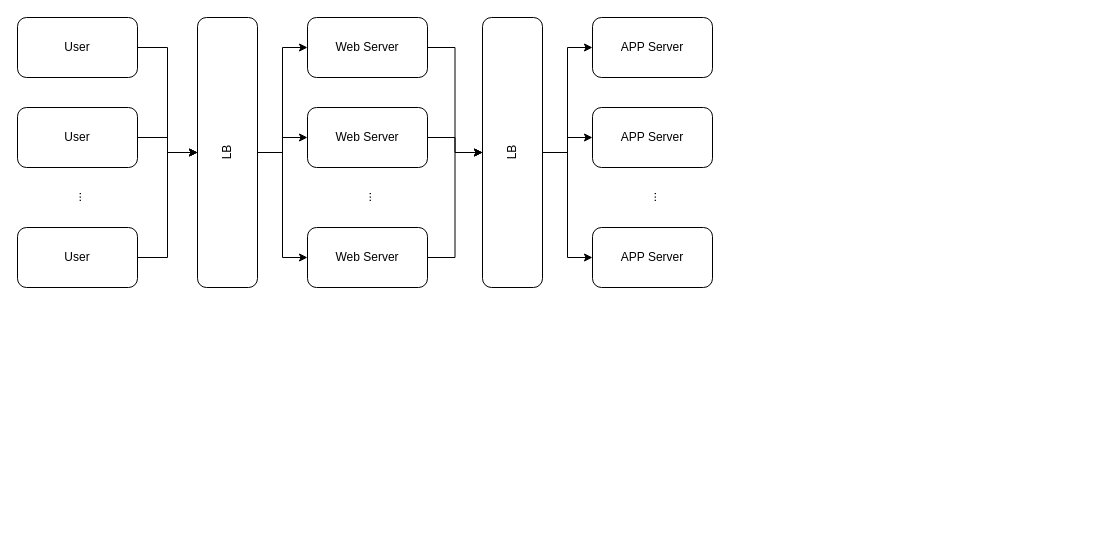
Before: drawios/Typeahead Suggestion.drawio in whmou/component-archs, a draw.io diagram. Source tidied: cells renumbered, new cells numbered last; positions are measured from the earlier drawing's top-left corner, leaving out a move shared by most shapes. Both pictures are drawn from the tidied source at 100%, with x=0, y=0 at pixel (17, 17).
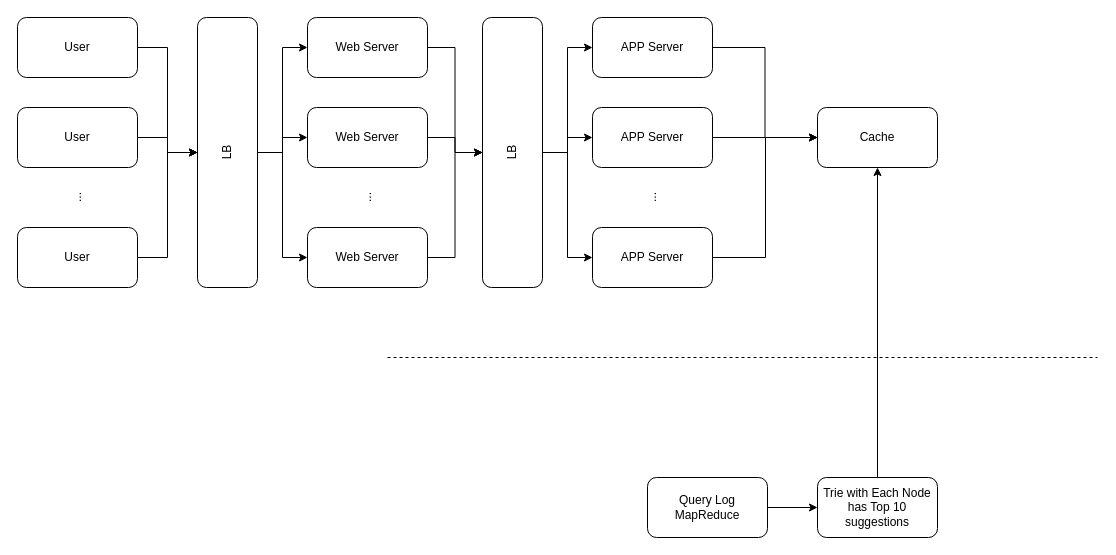
Above is the later version.

The change refers to these unchanged cells:
```xml
<mxCell id="24" value="APP Server" style="rounded=1;whiteSpace=wrap;html=1;" parent="1" vertex="1">
  <mxGeometry x="575" width="120" height="60" as="geometry" />
</mxCell>
<mxCell id="25" value="APP Server" style="rounded=1;whiteSpace=wrap;html=1;" parent="1" vertex="1">
  <mxGeometry x="575" y="90" width="120" height="60" as="geometry" />
</mxCell>
<mxCell id="26" value="APP Server" style="rounded=1;whiteSpace=wrap;html=1;" parent="1" vertex="1">
  <mxGeometry x="575" y="210" width="120" height="60" as="geometry" />
</mxCell>
```

Diff of the diagram source:
```diff
@@
+    <mxCell id="28" style="edgeStyle=orthogonalEdgeStyle;rounded=0;jettySize=auto;html=1;entryX=0;entryY=0.5;entryDx=0;entryDy=0;" parent="1" edge="1" source="24" target="36">
+      <mxGeometry relative="1" as="geometry" />
+    </mxCell>
@@
+    <mxCell id="29" style="edgeStyle=orthogonalEdgeStyle;rounded=0;jettySize=auto;html=1;" parent="1" edge="1" source="25" target="36">
+      <mxGeometry relative="1" as="geometry" />
+    </mxCell>
@@
+    <mxCell id="30" style="edgeStyle=orthogonalEdgeStyle;rounded=0;jettySize=auto;html=1;" parent="1" edge="1" source="26" target="36">
+      <mxGeometry relative="1" as="geometry">
+        <Array as="points">
+          <mxPoint x="748" y="240" />
+          <mxPoint x="748" y="120" />
+        </Array>
+      </mxGeometry>
+    </mxCell>
@@
+    <mxCell id="31" style="edgeStyle=orthogonalEdgeStyle;rounded=0;jettySize=auto;html=1;" parent="1" edge="1" source="32" target="35">
+      <mxGeometry relative="1" as="geometry" />
+    </mxCell>
+    <mxCell id="32" value="Query Log MapReduce" style="rounded=1;whiteSpace=wrap;html=1;" parent="1" vertex="1">
+      <mxGeometry x="630" y="460" width="120" height="60" as="geometry" />
+    </mxCell>
+    <mxCell id="33" style="endArrow=none;dashed=1;html=1;" parent="1" edge="1">
+      <mxGeometry relative="1" as="geometry">
+        <mxPoint x="370" y="340" as="sourcePoint" />
+        <mxPoint x="1080" y="340" as="targetPoint" />
+      </mxGeometry>
+    </mxCell>
+    <mxCell id="34" style="edgeStyle=orthogonalEdgeStyle;rounded=0;jettySize=auto;html=1;" parent="1" edge="1" source="35" target="36">
+      <mxGeometry relative="1" as="geometry" />
+    </mxCell>
+    <mxCell id="35" value="Trie with Each Node has Top 10 suggestions" style="whiteSpace=wrap;html=1;rounded=1;" parent="1" vertex="1">
+      <mxGeometry x="800" y="460" width="120" height="60" as="geometry" />
+    </mxCell>
+    <mxCell id="36" value="Cache" style="whiteSpace=wrap;html=1;rounded=1;" parent="1" vertex="1">
+      <mxGeometry x="800" y="90" width="120" height="60" as="geometry" />
+    </mxCell>
```
